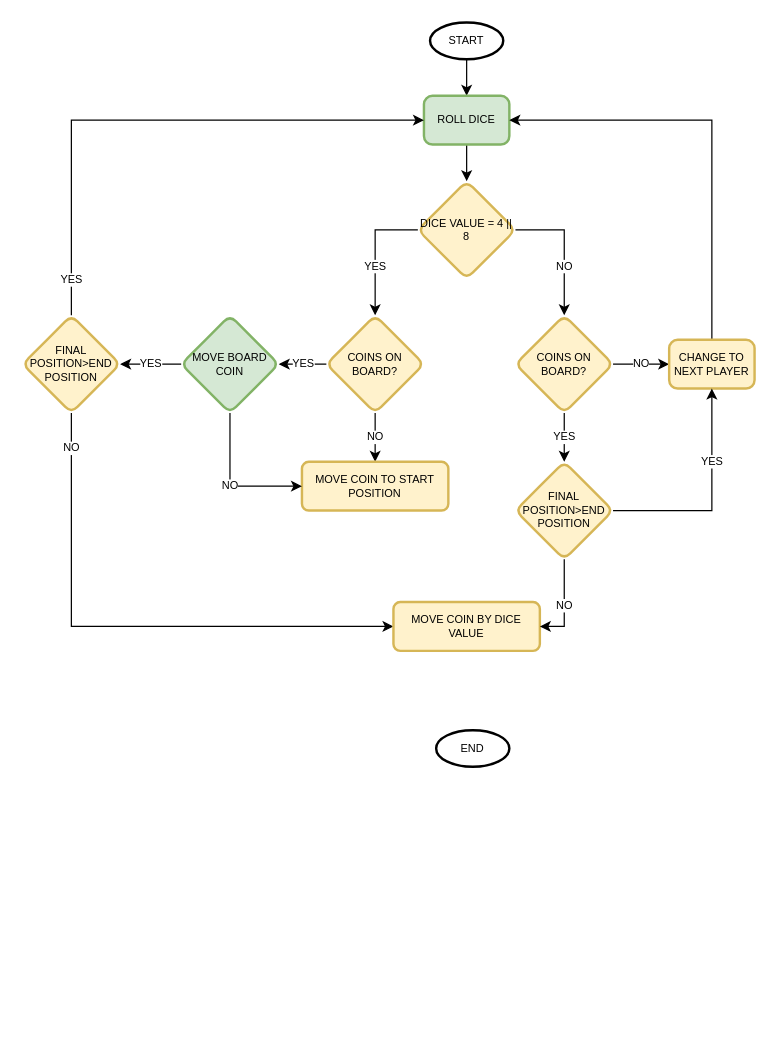
The draw.io diagram Chowka Bara Gameplay.drawio in arvindpandit27/learnCPP, before the edit. Source tidied: cells renumbered, new cells numbered last; positions are measured from the earlier drawing's top-left corner, leaving out a move shared by most shapes. Both pictures are drawn from the tidied source at 122%, with x=0, y=0 at pixel (22, 22).
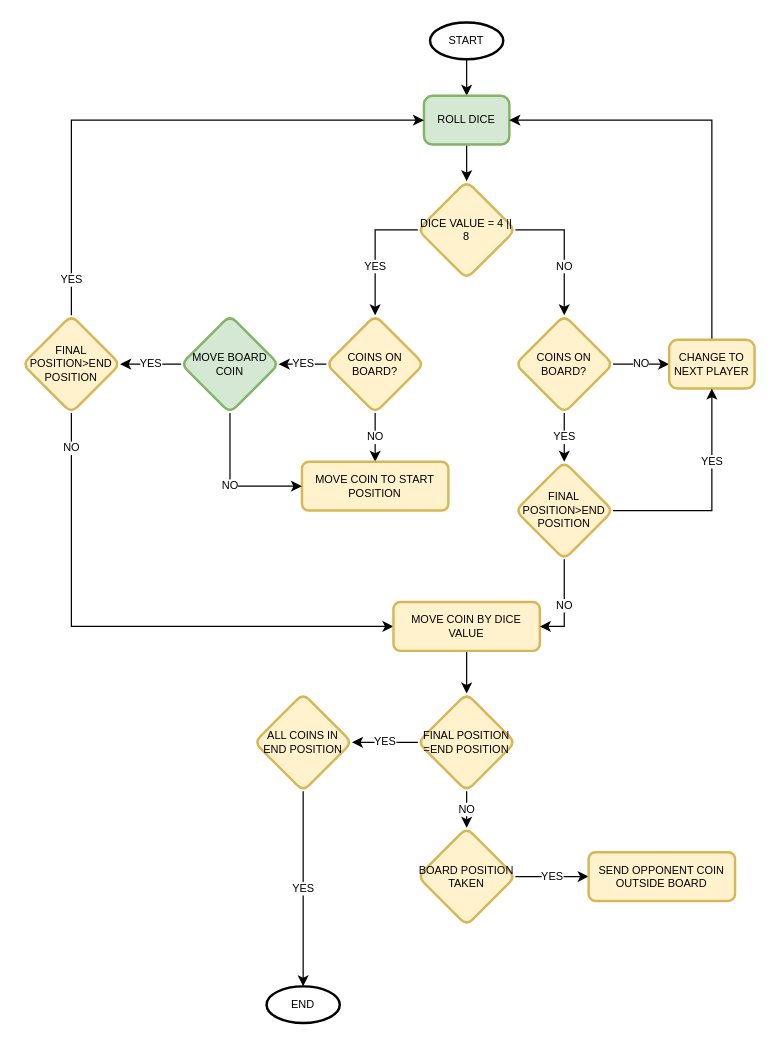
Above is the later version.

Commit message:
separate path for ashta chamma

The change refers to these unchanged cells:
```xml
<mxCell id="25" value="MOVE COIN BY DICE VALUE" style="whiteSpace=wrap;html=1;rounded=1;fontSize=9;strokeColor=#d6b656;strokeWidth=2;fillColor=#fff2cc;arcSize=14;" parent="1" vertex="1">
  <mxGeometry x="304" y="475" width="120" height="40" as="geometry" />
</mxCell>
```

What changed in the source:
```diff
@@
     <mxCell id="4" value="END" style="strokeWidth=2;html=1;shape=mxgraph.flowchart.start_1;whiteSpace=wrap;fontSize=9;" parent="1" vertex="1">
-      <mxGeometry x="339" y="580" width="60" height="30" as="geometry" />
+      <mxGeometry x="200" y="790" width="60" height="30" as="geometry" />
     </mxCell>
@@
+    <mxCell id="29" style="edgeStyle=orthogonalEdgeStyle;rounded=0;jettySize=auto;html=1;fontSize=9;" parent="1" edge="1" source="25" target="35">
+      <mxGeometry relative="1" as="geometry" />
+    </mxCell>
@@
+    <mxCell id="30" value="YES" style="edgeStyle=orthogonalEdgeStyle;rounded=0;jettySize=auto;html=1;fontSize=9;" parent="1" edge="1" source="31" target="32">
+      <mxGeometry relative="1" as="geometry" />
+    </mxCell>
+    <mxCell id="31" value="BOARD POSITION TAKEN" style="rhombus;whiteSpace=wrap;html=1;rounded=1;fontSize=9;strokeColor=#d6b656;strokeWidth=2;fillColor=#fff2cc;arcSize=14;" parent="1" vertex="1">
+      <mxGeometry x="324" y="660" width="80" height="80" as="geometry" />
+    </mxCell>
+    <mxCell id="32" value="SEND OPPONENT COIN OUTSIDE BOARD" style="whiteSpace=wrap;html=1;rounded=1;fontSize=9;strokeColor=#d6b656;strokeWidth=2;fillColor=#fff2cc;arcSize=14;" parent="1" vertex="1">
+      <mxGeometry x="464" y="680" width="120" height="40" as="geometry" />
+    </mxCell>
+    <mxCell id="33" value="YES" style="edgeStyle=orthogonalEdgeStyle;rounded=0;jettySize=auto;html=1;fontSize=9;" parent="1" edge="1" source="35" target="37">
+      <mxGeometry relative="1" as="geometry" />
+    </mxCell>
+    <mxCell id="34" value="NO" style="edgeStyle=orthogonalEdgeStyle;rounded=0;jettySize=auto;html=1;fontSize=9;" parent="1" edge="1" source="35" target="31">
+      <mxGeometry relative="1" as="geometry" />
+    </mxCell>
+    <mxCell id="35" value="FINAL POSITION =END POSITION" style="rhombus;whiteSpace=wrap;html=1;rounded=1;fontSize=9;strokeColor=#d6b656;strokeWidth=2;fillColor=#fff2cc;arcSize=14;" parent="1" vertex="1">
+      <mxGeometry x="324" y="550" width="80" height="80" as="geometry" />
+    </mxCell>
+    <mxCell id="36" value="YES" style="edgeStyle=orthogonalEdgeStyle;rounded=0;jettySize=auto;html=1;fontSize=9;entryX=0.5;entryY=0;entryDx=0;entryDy=0;entryPerimeter=0;" parent="1" edge="1" source="37" target="4">
+      <mxGeometry relative="1" as="geometry" />
+    </mxCell>
+    <mxCell id="37" value="ALL COINS IN END POSITION" style="rhombus;whiteSpace=wrap;html=1;rounded=1;fontSize=9;strokeColor=#d6b656;strokeWidth=2;fillColor=#fff2cc;arcSize=14;" parent="1" vertex="1">
+      <mxGeometry x="190" y="550" width="80" height="80" as="geometry" />
+    </mxCell>
```
